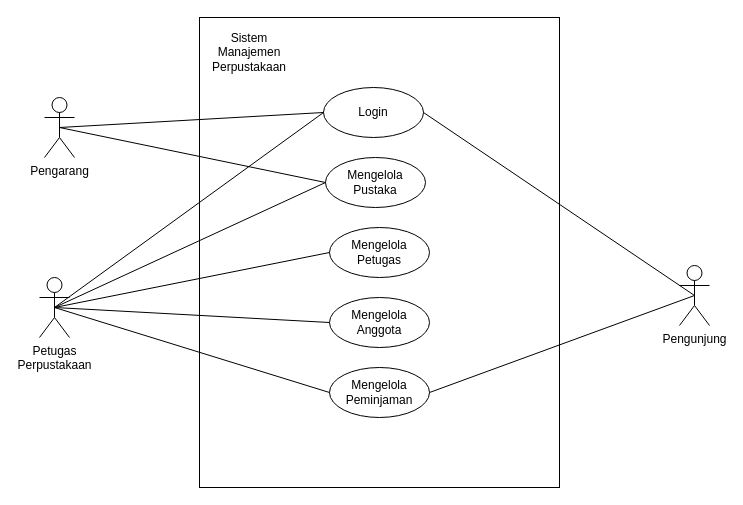
This is Untitled Diagram.drawio from descamp-aji/descamp-aji.github.io, a draw.io file, before an edit. Source tidied: cells renumbered, new cells numbered last; positions are measured from the earlier drawing's top-left corner, leaving out a move shared by most shapes. Both pictures are drawn from the tidied source at 100%, with x=0, y=0 at pixel (39, 17).
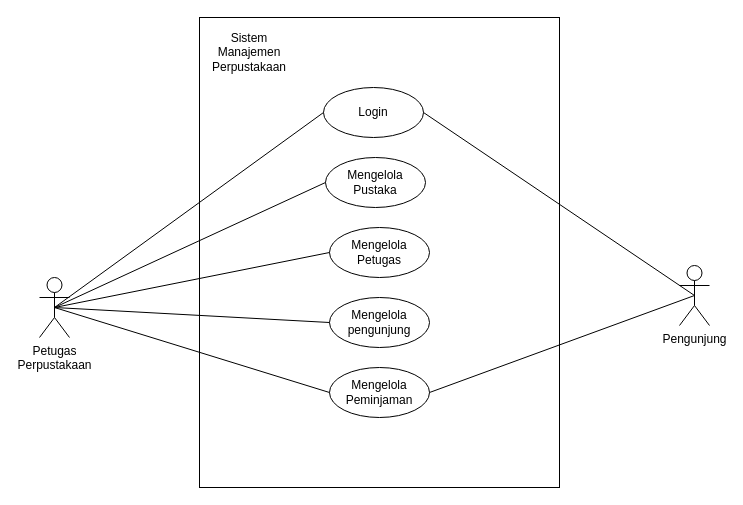
The same page after the edit.

The change refers to these unchanged cells:
```xml
<mxCell id="7" value="Login" style="ellipse;whiteSpace=wrap;html=1;" parent="1" vertex="1">
  <mxGeometry x="284" y="70" width="100" height="50" as="geometry" />
</mxCell>
<mxCell id="8" value="Mengelola&lt;div&gt;Pustaka&lt;/div&gt;" style="ellipse;whiteSpace=wrap;html=1;" parent="1" vertex="1">
  <mxGeometry x="286" y="140" width="100" height="50" as="geometry" />
</mxCell>
```

Diff of the diagram source:
```diff
@@
-    <mxCell id="4" value="Pengarang" style="shape=umlActor;verticalLabelPosition=bottom;verticalAlign=top;html=1;outlineConnect=0;" parent="1" vertex="1">
-      <mxGeometry x="5" y="80" width="30" height="60" as="geometry" />
-    </mxCell>
@@
-    <mxCell id="11" style="endArrow=none;html=1;rounded=0;exitX=0.5;exitY=0.5;exitDx=0;exitDy=0;exitPerimeter=0;entryX=0;entryY=0.5;entryDx=0;entryDy=0;" parent="1" edge="1" source="4" target="7">
-      <mxGeometry relative="1" as="geometry" />
-    </mxCell>
@@
-    <mxCell id="13" value="Mengelola&lt;div&gt;Anggota&lt;/div&gt;" style="ellipse;whiteSpace=wrap;html=1;" parent="1" vertex="1">
+    <mxCell id="13" value="Mengelola&lt;div&gt;pengunjung&lt;/div&gt;" style="ellipse;whiteSpace=wrap;html=1;" parent="1" vertex="1">
       <mxGeometry x="290" y="280" width="100" height="50" as="geometry" />
     </mxCell>
@@
-    <mxCell id="15" style="endArrow=none;html=1;rounded=0;exitX=0.5;exitY=0.5;exitDx=0;exitDy=0;exitPerimeter=0;entryX=0;entryY=0.5;entryDx=0;entryDy=0;" parent="1" edge="1" source="4" target="8">
-      <mxGeometry relative="1" as="geometry" />
-    </mxCell>
```
